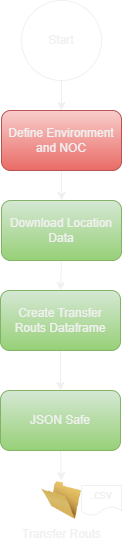
This is Lib/Readme/HQ_Test_Examples_Generator_Map.png from JanVasko1/KM-Transfer_Route_Generator, a draw.io export, as it was before one commit. Source tidied: cells renumbered, new cells last; positions are measured from the earlier drawing's top-left corner, leaving out a move shared by most shapes.
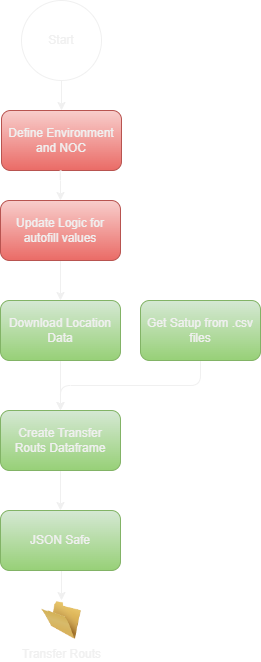
After the change.

Diff of the diagram source:
```diff
@@ -5,38 +5,47 @@
     <mxCell id="2" value="Transfer Routs" style="image;html=1;image=img/lib/clip_art/general/Empty_Folder_128x128.png;labelBackgroundColor=none;" parent="1" vertex="1">
       <mxGeometry x="41" y="480" width="40" height="40" as="geometry" />
     </mxCell>
-    <mxCell id="3" value=".csv" style="shape=document;whiteSpace=wrap;html=1;boundedLbl=1;fillColor=none;" parent="1" vertex="1">
-      <mxGeometry x="81" y="485" width="40" height="30" as="geometry" />
+    <mxCell id="3" style="edgeStyle=orthogonalEdgeStyle;rounded=0;jettySize=auto;html=1;exitX=0.5;exitY=1;exitDx=0;exitDy=0;entryX=0.5;entryY=0;entryDx=0;entryDy=0;" parent="1" edge="1" source="4" target="2">
+      <mxGeometry relative="1" as="geometry" />
     </mxCell>
-    <mxCell id="4" style="edgeStyle=orthogonalEdgeStyle;rounded=0;jettySize=auto;html=1;exitX=0.5;exitY=1;exitDx=0;exitDy=0;entryX=0.5;entryY=0;entryDx=0;entryDy=0;" parent="1" edge="1" source="5" target="2">
-      <mxGeometry relative="1" as="geometry" />
+    <mxCell id="4" value="JSON Safe" style="rounded=1;whiteSpace=wrap;html=1;fillColor=#d5e8d4;strokeColor=#82b366;gradientColor=#97d077;" parent="1" vertex="1">
+      <mxGeometry y="390" width="120" height="60" as="geometry" />
     </mxCell>
-    <mxCell id="5" value="JSON Safe" style="rounded=1;whiteSpace=wrap;html=1;fillColor=#d5e8d4;strokeColor=#82b366;gradientColor=#97d077;" parent="1" vertex="1">
-      <mxGeometry y="390" width="120" height="60" as="geometry" />
+    <mxCell id="5" style="edgeStyle=orthogonalEdgeStyle;rounded=1;jettySize=auto;html=1;exitX=0.5;exitY=1;exitDx=0;exitDy=0;entryX=0.5;entryY=0;entryDx=0;entryDy=0;curved=0;" parent="1" edge="1" source="14" target="8">
+      <mxGeometry relative="1" as="geometry" />
     </mxCell>
-    <mxCell id="6" style="edgeStyle=orthogonalEdgeStyle;rounded=1;jettySize=auto;html=1;exitX=0.5;exitY=1;exitDx=0;exitDy=0;entryX=0.5;entryY=0;entryDx=0;entryDy=0;curved=0;" parent="1" edge="1" source="13" target="9">
-      <mxGeometry relative="1" as="geometry" />
+    <mxCell id="6" value="Start" style="ellipse;whiteSpace=wrap;html=1;fillColor=none;" parent="1" vertex="1">
+      <mxGeometry x="21" y="-120" width="80" height="80" as="geometry" />
     </mxCell>
-    <mxCell id="7" value="Start" style="ellipse;whiteSpace=wrap;html=1;fillColor=none;" parent="1" vertex="1">
-      <mxGeometry x="21" width="80" height="80" as="geometry" />
+    <mxCell id="7" style="edgeStyle=orthogonalEdgeStyle;rounded=0;jettySize=auto;html=1;exitX=0.5;exitY=1;exitDx=0;exitDy=0;entryX=0.5;entryY=0;entryDx=0;entryDy=0;" parent="1" edge="1" source="8" target="10">
+      <mxGeometry relative="1" as="geometry" />
     </mxCell>
-    <mxCell id="8" style="edgeStyle=orthogonalEdgeStyle;rounded=0;jettySize=auto;html=1;exitX=0.5;exitY=1;exitDx=0;exitDy=0;entryX=0.5;entryY=0;entryDx=0;entryDy=0;" parent="1" edge="1" source="9" target="11">
-      <mxGeometry relative="1" as="geometry" />
+    <mxCell id="8" value="Download Location Data" style="rounded=1;whiteSpace=wrap;html=1;fillColor=#d5e8d4;strokeColor=#82b366;gradientColor=#97d077;" parent="1" vertex="1">
+      <mxGeometry y="180" width="120" height="60" as="geometry" />
     </mxCell>
-    <mxCell id="9" value="Download Location Data" style="rounded=1;whiteSpace=wrap;html=1;fillColor=#d5e8d4;strokeColor=#82b366;gradientColor=#97d077;" parent="1" vertex="1">
-      <mxGeometry x="1" y="200" width="120" height="60" as="geometry" />
+    <mxCell id="9" style="edgeStyle=orthogonalEdgeStyle;rounded=0;jettySize=auto;html=1;exitX=0.5;exitY=1;exitDx=0;exitDy=0;entryX=0.5;entryY=0;entryDx=0;entryDy=0;" parent="1" edge="1" source="10" target="4">
+      <mxGeometry relative="1" as="geometry" />
     </mxCell>
-    <mxCell id="10" style="edgeStyle=orthogonalEdgeStyle;rounded=0;jettySize=auto;html=1;exitX=0.5;exitY=1;exitDx=0;exitDy=0;entryX=0.5;entryY=0;entryDx=0;entryDy=0;" parent="1" edge="1" source="11" target="5">
-      <mxGeometry relative="1" as="geometry" />
+    <mxCell id="10" value="Create Transfer Routs Dataframe" style="rounded=1;whiteSpace=wrap;html=1;fillColor=#d5e8d4;strokeColor=#82b366;gradientColor=#97d077;" parent="1" vertex="1">
+      <mxGeometry y="290" width="120" height="60" as="geometry" />
     </mxCell>
-    <mxCell id="11" value="Create Transfer Routs Dataframe" style="rounded=1;whiteSpace=wrap;html=1;fillColor=#d5e8d4;strokeColor=#82b366;gradientColor=#97d077;" parent="1" vertex="1">
-      <mxGeometry y="290" width="120" height="60" as="geometry" />
+    <mxCell id="11" style="edgeStyle=orthogonalEdgeStyle;rounded=1;jettySize=auto;html=1;exitX=0.5;exitY=1;exitDx=0;exitDy=0;entryX=0.5;entryY=0;entryDx=0;entryDy=0;curved=0;" parent="1" edge="1" source="6" target="12">
+      <mxGeometry relative="1" as="geometry" />
     </mxCell>
-    <mxCell id="12" style="edgeStyle=orthogonalEdgeStyle;rounded=1;jettySize=auto;html=1;exitX=0.5;exitY=1;exitDx=0;exitDy=0;entryX=0.5;entryY=0;entryDx=0;entryDy=0;curved=0;" parent="1" edge="1" source="7" target="13">
-      <mxGeometry relative="1" as="geometry" />
+    <mxCell id="12" value="Define Environment and NOC" style="rounded=1;whiteSpace=wrap;html=1;fillColor=#f8cecc;strokeColor=#b85450;gradientColor=#ea6b66;" parent="1" vertex="1">
+      <mxGeometry x="1" y="-10" width="120" height="60" as="geometry" />
     </mxCell>
-    <mxCell id="13" value="Define Environment and NOC" style="rounded=1;whiteSpace=wrap;html=1;fillColor=#f8cecc;strokeColor=#b85450;gradientColor=#ea6b66;" parent="1" vertex="1">
-      <mxGeometry x="1" y="110" width="120" height="60" as="geometry" />
+    <mxCell id="13" style="edgeStyle=orthogonalEdgeStyle;rounded=1;jettySize=auto;html=1;exitX=0.5;exitY=1;exitDx=0;exitDy=0;entryX=0.5;entryY=0;entryDx=0;entryDy=0;curved=0;" parent="1" edge="1" source="12" target="14">
+      <mxGeometry relative="1" as="geometry" />
     </mxCell>
+    <mxCell id="14" value="Update Logic for autofill values" style="rounded=1;whiteSpace=wrap;html=1;fillColor=#f8cecc;strokeColor=#b85450;gradientColor=#ea6b66;" parent="1" vertex="1">
+      <mxGeometry y="80" width="120" height="60" as="geometry" />
+    </mxCell>
+    <mxCell id="15" style="edgeStyle=orthogonalEdgeStyle;rounded=1;jettySize=auto;html=1;exitX=0.5;exitY=1;exitDx=0;exitDy=0;entryX=0.5;entryY=0;entryDx=0;entryDy=0;curved=0;" parent="1" edge="1" source="16" target="10">
+      <mxGeometry relative="1" as="geometry" />
+    </mxCell>
+    <mxCell id="16" value="Get Satup from .csv files" style="rounded=1;whiteSpace=wrap;html=1;fillColor=#d5e8d4;strokeColor=#82b366;gradientColor=#97d077;" parent="1" vertex="1">
+      <mxGeometry x="140" y="180" width="120" height="60" as="geometry" />
+    </mxCell>
   </root>
 </mxGraphModel>
```
